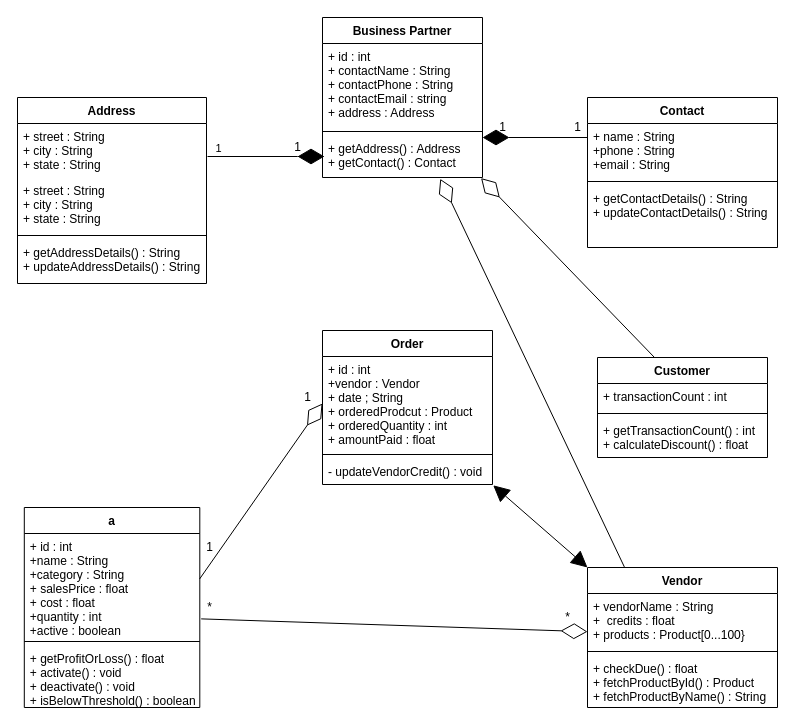
The draw.io diagram Assign_1.drawio in Dyaswanth9/Diagram.net, before the edit. Source tidied: cells renumbered, new cells numbered last; positions are measured from the earlier drawing's top-left corner, leaving out a move shared by most shapes. Both pictures are drawn from the tidied source at 100%, with x=0, y=0 at pixel (17, 17).
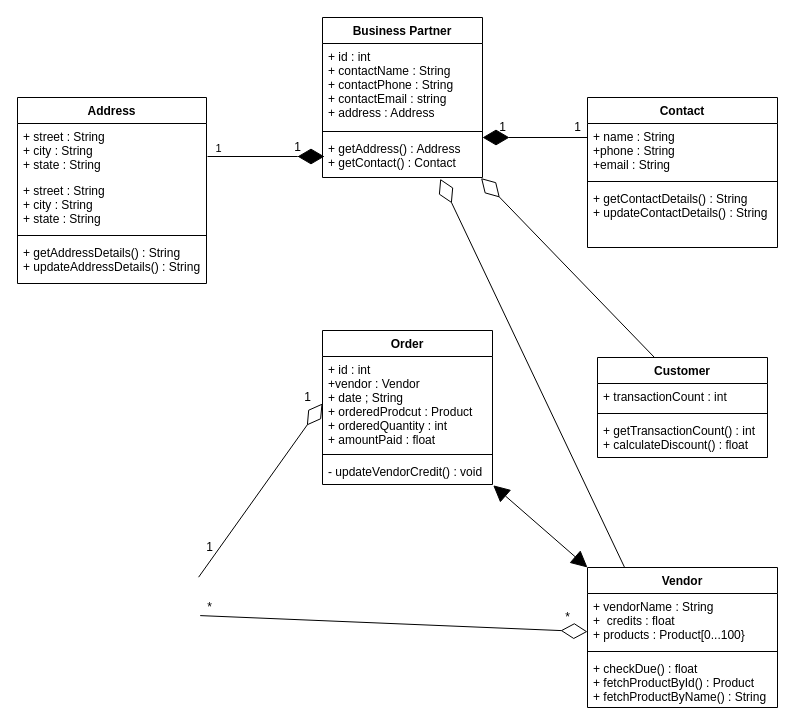
Above is the later version.

Unchanged cells that the change refers to:
```xml
<mxCell id="22" value="+ id : int&#10;+vendor : Vendor&#10;+ date ; String&#10;+ orderedProdcut : Product&#10;+ orderedQuantity : int&#10;+ amountPaid : float&#10;" style="text;strokeColor=none;fillColor=none;align=left;verticalAlign=top;spacingLeft=4;spacingRight=4;overflow=hidden;points=[[0,0.5],[1,0.5]];portConstraint=eastwest;" parent="21" vertex="1">
  <mxGeometry y="26" width="170" height="94" as="geometry" />
</mxCell>
<mxCell id="26" value="+ vendorName : String&#10;+  credits : float&#10;+ products : Product[0...100}" style="text;strokeColor=none;fillColor=none;align=left;verticalAlign=top;spacingLeft=4;spacingRight=4;overflow=hidden;points=[[0,0.5],[1,0.5]];portConstraint=eastwest;" parent="25" vertex="1">
  <mxGeometry y="26" width="190" height="54" as="geometry" />
</mxCell>
```

Diff of the diagram source:
```diff
@@
-    <mxCell id="29" value="a" style="swimlane;fontStyle=1;align=center;verticalAlign=top;horizontal=1;startSize=26;hachureGap=4;" parent="1" vertex="1">
-      <mxGeometry x="6.8" y="490" width="175.5" height="200" as="geometry" />
-    </mxCell>
-    <mxCell id="30" value="+ id : int&#10;+name : String&#10;+category : String&#10;+ salesPrice : float&#10;+ cost : float&#10;+quantity : int&#10;+active : boolean" style="text;strokeColor=none;fillColor=none;align=left;verticalAlign=top;spacingLeft=4;spacingRight=4;overflow=hidden;points=[[0,0.5],[1,0.5]];portConstraint=eastwest;" parent="29" vertex="1">
-      <mxGeometry y="26" width="175.5" height="104" as="geometry" />
-    </mxCell>
-    <mxCell id="31" style="line;strokeWidth=1;fillColor=none;align=left;verticalAlign=middle;spacingTop=-1;spacingLeft=3;spacingRight=3;labelPosition=right;" parent="29" vertex="1">
-      <mxGeometry y="130" width="175.5" height="8" as="geometry" />
-    </mxCell>
-    <mxCell id="32" value="+ getProfitOrLoss() : float&#10;+ activate() : void&#10;+ deactivate() : void&#10;+ isBelowThreshold() : boolean" style="text;strokeColor=none;fillColor=none;align=left;verticalAlign=top;spacingLeft=4;spacingRight=4;overflow=hidden;" parent="29" vertex="1">
-      <mxGeometry y="138" width="175.5" height="62" as="geometry" />
-    </mxCell>
@@
-    <mxCell id="39" style="endArrow=diamondThin;endFill=0;endSize=24;html=1;sourcePerimeterSpacing=8;targetPerimeterSpacing=8;exitX=0.999;exitY=0.437;exitDx=0;exitDy=0;exitPerimeter=0;entryX=0;entryY=0.5;entryDx=0;entryDy=0;" parent="1" edge="1" source="30" target="22">
-      <mxGeometry relative="1" as="geometry" />
+    <mxCell id="39" style="endArrow=diamondThin;endFill=0;endSize=24;html=1;sourcePerimeterSpacing=8;targetPerimeterSpacing=8;exitX=0.999;exitY=0.437;exitDx=0;exitDy=0;exitPerimeter=0;entryX=0;entryY=0.5;entryDx=0;entryDy=0;" parent="1" edge="1" target="22">
+      <mxGeometry relative="1" as="geometry">
+        <mxPoint x="181.1" y="559.7" as="sourcePoint" />
+      </mxGeometry>
     </mxCell>
-    <mxCell id="40" style="endArrow=diamondThin;endFill=0;endSize=24;html=1;sourcePerimeterSpacing=8;targetPerimeterSpacing=8;exitX=1.008;exitY=0.821;exitDx=0;exitDy=0;exitPerimeter=0;entryX=0;entryY=0.707;entryDx=0;entryDy=0;entryPerimeter=0;" parent="1" edge="1" source="30" target="26">
-      <mxGeometry relative="1" as="geometry" />
+    <mxCell id="40" style="endArrow=diamondThin;endFill=0;endSize=24;html=1;sourcePerimeterSpacing=8;targetPerimeterSpacing=8;exitX=1.008;exitY=0.821;exitDx=0;exitDy=0;exitPerimeter=0;entryX=0;entryY=0.707;entryDx=0;entryDy=0;entryPerimeter=0;" parent="1" edge="1" target="26">
+      <mxGeometry relative="1" as="geometry">
+        <mxPoint x="182.7" y="598.1" as="sourcePoint" />
+      </mxGeometry>
     </mxCell>
```
